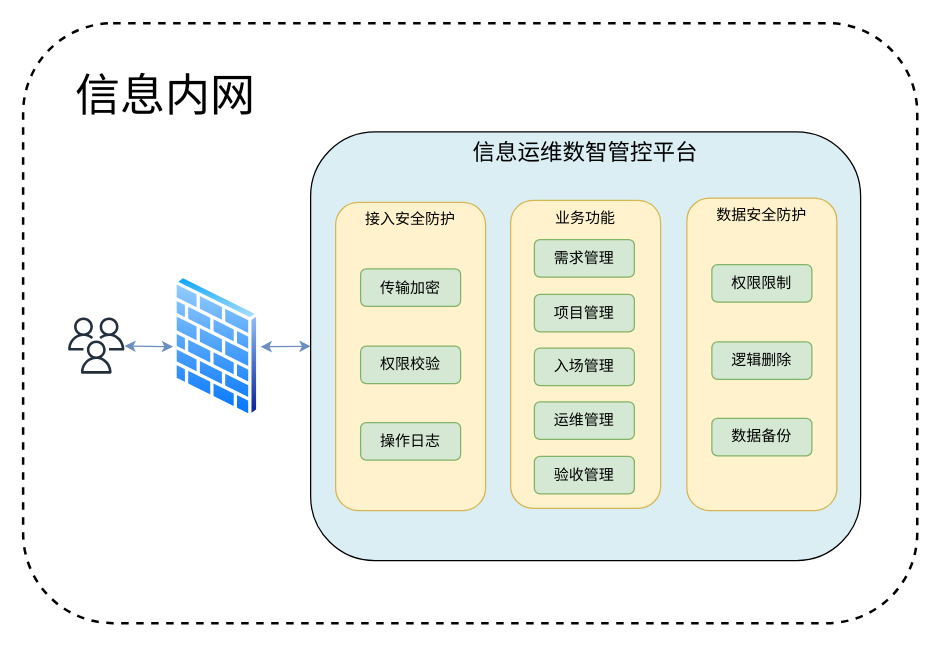
Earlier version of the draw.io diagram 信息运维安全架构.drawio (diaosinanshen/draw). Source tidied: cells renumbered, new cells numbered last; positions are measured from the earlier drawing's top-left corner, leaving out a move shared by most shapes. Both pictures are drawn from the tidied source at 125%, with x=0, y=0 at pixel (22, 22).
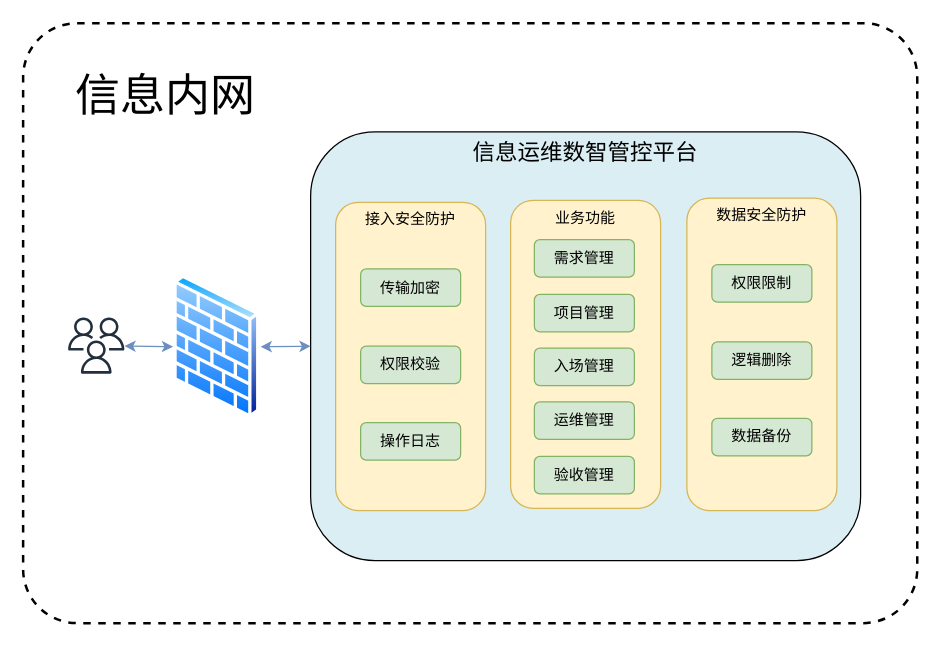
Above is the later version.

Commit message:
更新信息运维安全架构.drawio

The edit, as a diff of the source:
```diff
@@
-    <mxCell id="2" value="信息内网" style="rounded=1;whiteSpace=wrap;html=1;dashed=1;verticalAlign=top;fontSize=36;align=left;spacingTop=30;spacingLeft=40;strokeWidth=2;" parent="1" vertex="1">
+    <mxCell id="2" value="信息内网" style="rounded=1;whiteSpace=wrap;html=1;dashed=1;verticalAlign=top;fontSize=36;align=left;spacingTop=30;spacingLeft=40;strokeWidth=2;arcSize=9;" parent="1" vertex="1">
       <mxGeometry width="715.3" height="480" as="geometry" />
     </mxCell>
```
